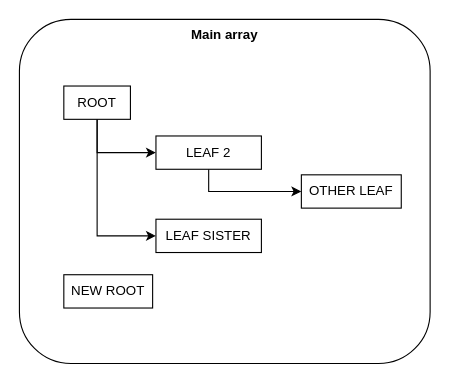
This is docs/diagram.drawio from cesar-lizurey/row-to-tree, a draw.io file, before an edit. Source tidied: cells renumbered, new cells numbered last; positions are measured from the earlier drawing's top-left corner, leaving out a move shared by most shapes. Both pictures are drawn from the tidied source at 111%, with x=0, y=0 at pixel (19, 19).
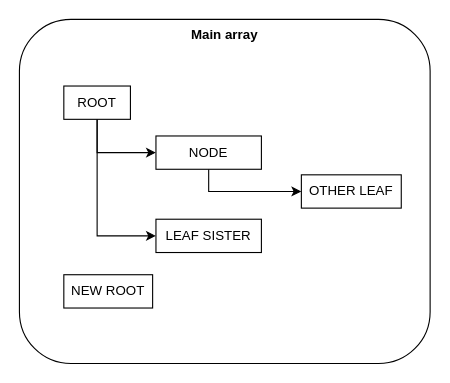
Above is the later version.

Diff of the diagram source:
```diff
@@
 <mxGraphModel>
   <root>
     <mxCell id="0" />
     <mxCell id="1" parent="0" />
     <mxCell id="2" value="Main array" style="rounded=1;whiteSpace=wrap;html=1;align=center;verticalAlign=top;fontStyle=1;" parent="1" vertex="1">
       <mxGeometry width="370" height="310" as="geometry" />
     </mxCell>
     <mxCell id="3" style="edgeStyle=orthogonalEdgeStyle;rounded=0;jettySize=auto;html=1;exitX=0.5;exitY=1;exitDx=0;exitDy=0;entryX=0;entryY=0.5;entryDx=0;entryDy=0;" parent="1" edge="1" source="5" target="8">
       <mxGeometry relative="1" as="geometry" />
     </mxCell>
     <mxCell id="4" style="edgeStyle=orthogonalEdgeStyle;rounded=0;jettySize=auto;html=1;exitX=0.5;exitY=1;exitDx=0;exitDy=0;entryX=0;entryY=0.5;entryDx=0;entryDy=0;" parent="1" edge="1" source="5" target="10">
       <mxGeometry relative="1" as="geometry" />
     </mxCell>
     <mxCell id="5" value="ROOT" style="rounded=0;whiteSpace=wrap;html=1;" parent="1" vertex="1">
       <mxGeometry x="40" y="60" width="60" height="30" as="geometry" />
     </mxCell>
     <mxCell id="6" value="NEW ROOT" style="rounded=0;whiteSpace=wrap;html=1;" parent="1" vertex="1">
       <mxGeometry x="40" y="230" width="80" height="30" as="geometry" />
     </mxCell>
     <mxCell id="7" value="OTHER LEAF" style="rounded=0;whiteSpace=wrap;html=1;" parent="1" vertex="1">
       <mxGeometry x="254" y="140" width="90" height="30" as="geometry" />
     </mxCell>
     <mxCell id="8" value="LEAF SISTER" style="rounded=0;whiteSpace=wrap;html=1;" parent="1" vertex="1">
       <mxGeometry x="123" y="180" width="95" height="30" as="geometry" />
     </mxCell>
     <mxCell id="9" style="edgeStyle=orthogonalEdgeStyle;rounded=0;jettySize=auto;html=1;exitX=0.5;exitY=1;exitDx=0;exitDy=0;entryX=0;entryY=0.5;entryDx=0;entryDy=0;" parent="1" edge="1" source="10" target="7">
       <mxGeometry relative="1" as="geometry" />
     </mxCell>
-    <mxCell id="10" value="LEAF 2" style="rounded=0;whiteSpace=wrap;html=1;" parent="1" vertex="1">
+    <mxCell id="10" value="NODE" style="rounded=0;whiteSpace=wrap;html=1;" parent="1" vertex="1">
       <mxGeometry x="123" y="105" width="95" height="30" as="geometry" />
     </mxCell>
   </root>
 </mxGraphModel>
```
